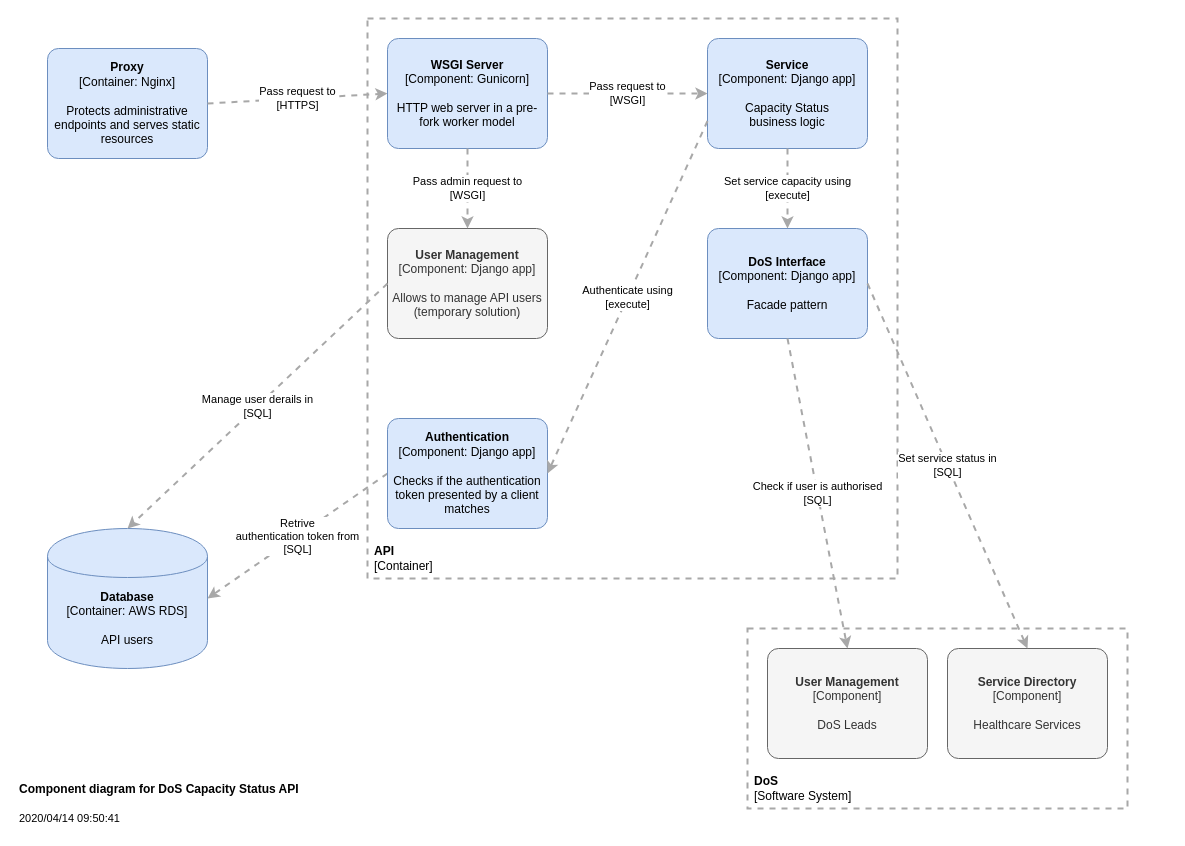
The draw.io diagram page "Component Diagram" (3 of 3) of documentation/Architecture.drawio in nhsd-exeter/dos-capacity-status-api, before the edit. Source tidied: cells renumbered, new cells numbered last; positions are measured from the earlier drawing's top-left corner, leaving out a move shared by most shapes. Both pictures are drawn from the tidied source at 100%, with x=0, y=0 at pixel (17, 18).
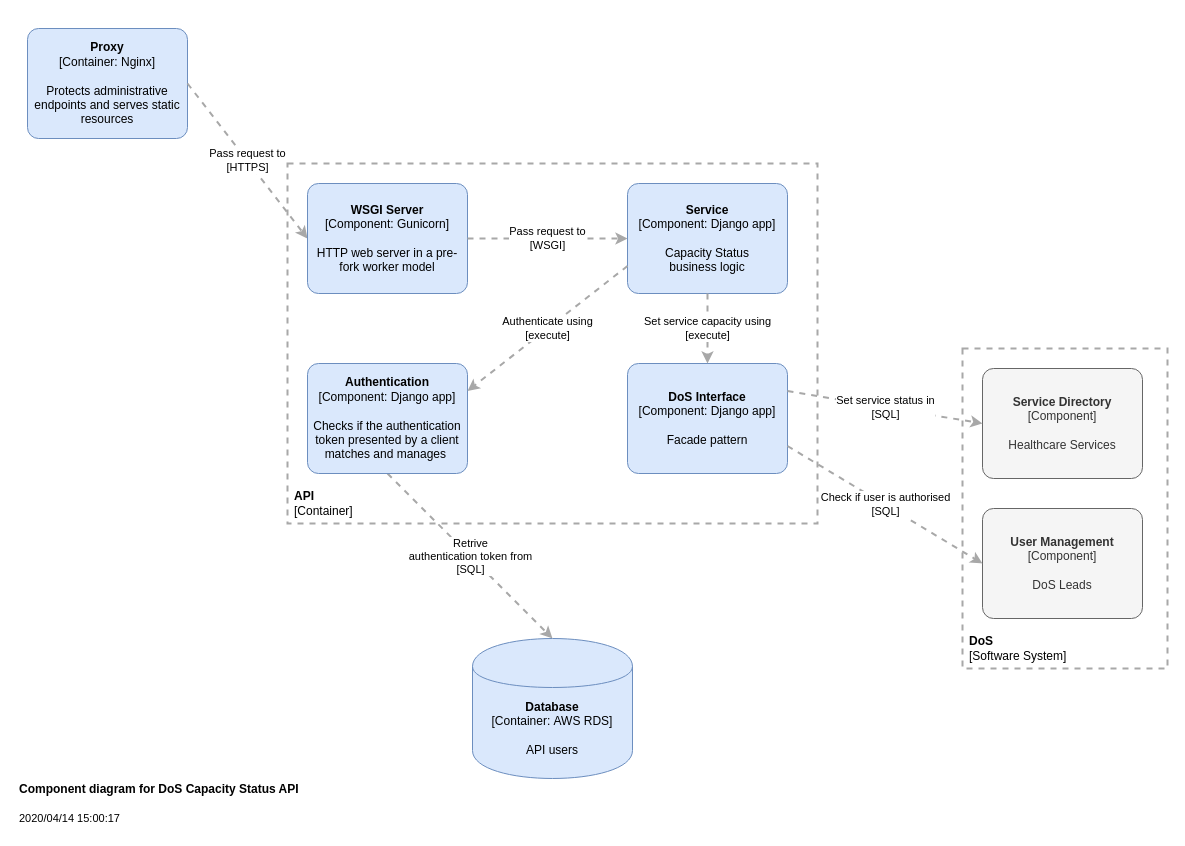
Above is the later version.

The edit, as a diff of the source:
```diff
@@
     <mxCell id="2" style="rounded=0;whiteSpace=wrap;html=1;align=left;fillColor=none;dashed=1;strokeColor=#A8A8A8;strokeWidth=2;" parent="1" vertex="1">
-      <mxGeometry x="730" y="610" width="380" height="180" as="geometry" />
+      <mxGeometry x="945" y="330" width="205" height="320" as="geometry" />
     </mxCell>
-    <mxCell id="3" value="&lt;b&gt;Component diagram for DoS Capacity Status API&lt;/b&gt;&lt;br style=&quot;font-size: 11px&quot;&gt;&lt;font style=&quot;font-size: 11px&quot;&gt;&lt;br&gt;&lt;font style=&quot;font-size: 11px&quot;&gt;2020/04/14 09:50:41&lt;/font&gt;&lt;/font&gt;" style="text;html=1;strokeColor=none;fillColor=none;align=left;verticalAlign=middle;whiteSpace=wrap;rounded=0;" parent="1" vertex="1">
+    <mxCell id="3" value="&lt;b&gt;Component diagram for DoS Capacity Status API&lt;/b&gt;&lt;br style=&quot;font-size: 11px&quot;&gt;&lt;font style=&quot;font-size: 11px&quot;&gt;&lt;br&gt;&lt;font style=&quot;font-size: 11px&quot;&gt;2020/04/14 15:00:17&lt;/font&gt;&lt;/font&gt;" style="text;html=1;strokeColor=none;fillColor=none;align=left;verticalAlign=middle;whiteSpace=wrap;rounded=0;" parent="1" vertex="1">
       <mxGeometry y="760" width="430" height="50" as="geometry" />
     </mxCell>
     <mxCell id="4" style="rounded=0;whiteSpace=wrap;html=1;align=left;fillColor=none;dashed=1;strokeColor=#A8A8A8;strokeWidth=2;" parent="1" vertex="1">
-      <mxGeometry x="350" width="530" height="560" as="geometry" />
+      <mxGeometry x="270" y="145" width="530" height="360" as="geometry" />
     </mxCell>
     <mxCell id="5" value="&lt;b&gt;Service&lt;/b&gt;&lt;br&gt;&lt;div&gt;[Component:&amp;nbsp;&lt;span&gt;Django app&lt;/span&gt;&lt;span&gt;]&lt;/span&gt;&lt;/div&gt;&lt;br&gt;&lt;div&gt;Capacity Status&lt;/div&gt;&lt;div&gt;business logic&lt;/div&gt;" style="rounded=1;whiteSpace=wrap;html=1;labelBackgroundColor=none;fillColor=#dae8fc;fontColor=#000000;align=center;arcSize=10;strokeColor=#6c8ebf;points=[[0.25,0,0],[0.5,0,0],[0.75,0,0],[1,0.25,0],[1,0.5,0],[1,0.75,0],[0.75,1,0],[0.5,1,0],[0.25,1,0],[0,0.75,0],[0,0.5,0],[0,0.25,0]];" parent="1" vertex="1">
-      <mxGeometry x="690" y="20" width="160" height="110" as="geometry" />
+      <mxGeometry x="610" y="165" width="160" height="110" as="geometry" />
     </mxCell>
     <mxCell id="6" value="&lt;span&gt;&lt;b&gt;Proxy&lt;/b&gt;&lt;/span&gt;&lt;br&gt;&lt;div&gt;[Container:&amp;nbsp;&lt;span&gt;Nginx&lt;/span&gt;&lt;span&gt;]&lt;/span&gt;&lt;/div&gt;&lt;br&gt;&lt;div&gt;Protects administrative endpoints&amp;nbsp;&lt;span&gt;and serves static resources&lt;/span&gt;&lt;br&gt;&lt;/div&gt;" style="rounded=1;whiteSpace=wrap;html=1;labelBackgroundColor=none;fillColor=#dae8fc;fontColor=#000000;align=center;arcSize=10;strokeColor=#6c8ebf;points=[[0.25,0,0],[0.5,0,0],[0.75,0,0],[1,0.25,0],[1,0.5,0],[1,0.75,0],[0.75,1,0],[0.5,1,0],[0.25,1,0],[0,0.75,0],[0,0.5,0],[0,0.25,0]];" parent="1" vertex="1">
-      <mxGeometry x="30" y="30" width="160" height="110" as="geometry" />
+      <mxGeometry x="10" y="10" width="160" height="110" as="geometry" />
     </mxCell>
     <mxCell id="7" value="&lt;b style=&quot;font-size: 12px&quot;&gt;API&lt;/b&gt;&lt;br style=&quot;font-size: 12px&quot;&gt;[Container]" style="text;html=1;strokeColor=none;fillColor=none;align=left;verticalAlign=middle;whiteSpace=wrap;rounded=0;dashed=1;fontSize=12;spacingLeft=5;" parent="1" vertex="1">
-      <mxGeometry x="350" y="520" width="160" height="40" as="geometry" />
+      <mxGeometry x="270" y="465" width="160" height="40" as="geometry" />
     </mxCell>
     <mxCell id="8" value="&lt;span&gt;&lt;b&gt;Database&lt;/b&gt;&lt;/span&gt;&lt;div&gt;[Container:&amp;nbsp;AWS RDS]&lt;/div&gt;&lt;br&gt;&lt;div&gt;API users&lt;/div&gt;" style="shape=cylinder;whiteSpace=wrap;html=1;boundedLbl=1;rounded=0;labelBackgroundColor=none;fillColor=#dae8fc;fontSize=12;fontColor=#000000;align=center;strokeColor=#6c8ebf;points=[[0.5,0,0],[1,0.25,0],[1,0.5,0],[1,0.75,0],[0.5,1,0],[0,0.75,0],[0,0.5,0],[0,0.25,0]];" parent="1" vertex="1">
-      <mxGeometry x="30" y="510" width="160" height="140" as="geometry" />
+      <mxGeometry x="455" y="620" width="160" height="140" as="geometry" />
     </mxCell>
@@
-    <mxCell id="10" value="&lt;div style=&quot;text-align: left&quot;&gt;&lt;div style=&quot;text-align: center&quot;&gt;&lt;span&gt;Retrive&lt;/span&gt;&lt;/div&gt;&lt;div style=&quot;text-align: center&quot;&gt;&lt;span&gt;authentication token&amp;nbsp;&lt;/span&gt;from&lt;/div&gt;&lt;div style=&quot;text-align: center&quot;&gt;[SQL]&lt;/div&gt;&lt;/div&gt;" style="edgeStyle=none;rounded=0;html=1;entryX=1;entryY=0.5;jettySize=auto;strokeColor=#A8A8A8;strokeWidth=2;fontColor=#000000;jumpStyle=none;dashed=1;entryDx=0;entryDy=0;entryPerimeter=0;fontStyle=0;exitX=0;exitY=0.5;exitDx=0;exitDy=0;exitPerimeter=0;" parent="1" edge="1" source="11" target="8">
+    <mxCell id="10" value="&lt;div style=&quot;text-align: left&quot;&gt;&lt;div style=&quot;text-align: center&quot;&gt;&lt;span&gt;Retrive&lt;/span&gt;&lt;/div&gt;&lt;div style=&quot;text-align: center&quot;&gt;&lt;span&gt;authentication token&amp;nbsp;&lt;/span&gt;from&lt;/div&gt;&lt;div style=&quot;text-align: center&quot;&gt;[SQL]&lt;/div&gt;&lt;/div&gt;" style="edgeStyle=none;rounded=0;html=1;entryX=0.5;entryY=0;jettySize=auto;strokeColor=#A8A8A8;strokeWidth=2;fontColor=#000000;jumpStyle=none;dashed=1;entryDx=0;entryDy=0;entryPerimeter=0;fontStyle=0;exitX=0.5;exitY=1;exitDx=0;exitDy=0;exitPerimeter=0;" parent="1" edge="1" source="11" target="8">
       <mxGeometry relative="1" as="geometry" />
     </mxCell>
-    <mxCell id="11" value="&lt;b&gt;Authentication&lt;/b&gt;&lt;br&gt;&lt;div&gt;[Component:&amp;nbsp;&lt;span&gt;Django app&lt;/span&gt;&lt;span&gt;]&lt;/span&gt;&lt;/div&gt;&lt;br&gt;&lt;div&gt;Checks if the authentication token presented by a client matches&lt;/div&gt;" style="rounded=1;whiteSpace=wrap;html=1;labelBackgroundColor=none;fillColor=#dae8fc;fontColor=#000000;align=center;arcSize=10;strokeColor=#6c8ebf;points=[[0.25,0,0],[0.5,0,0],[0.75,0,0],[1,0.25,0],[1,0.5,0],[1,0.75,0],[0.75,1,0],[0.5,1,0],[0.25,1,0],[0,0.75,0],[0,0.5,0],[0,0.25,0]];" parent="1" vertex="1">
-      <mxGeometry x="370" y="400" width="160" height="110" as="geometry" />
+    <mxCell id="11" value="&lt;b&gt;Authentication&lt;/b&gt;&lt;br&gt;&lt;div&gt;[Component:&amp;nbsp;&lt;span&gt;Django app&lt;/span&gt;&lt;span&gt;]&lt;/span&gt;&lt;/div&gt;&lt;br&gt;&lt;div&gt;Checks if the authentication token presented by a client matches and manages&amp;nbsp;&lt;/div&gt;" style="rounded=1;whiteSpace=wrap;html=1;labelBackgroundColor=none;fillColor=#dae8fc;fontColor=#000000;align=center;arcSize=10;strokeColor=#6c8ebf;points=[[0.25,0,0],[0.5,0,0],[0.75,0,0],[1,0.25,0],[1,0.5,0],[1,0.75,0],[0.75,1,0],[0.5,1,0],[0.25,1,0],[0,0.75,0],[0,0.5,0],[0,0.25,0]];" parent="1" vertex="1">
+      <mxGeometry x="290" y="345" width="160" height="110" as="geometry" />
     </mxCell>
     <mxCell id="12" value="&lt;b&gt;DoS Interface&lt;/b&gt;&lt;br&gt;&lt;div&gt;[Component:&amp;nbsp;&lt;span&gt;Django app&lt;/span&gt;&lt;span&gt;]&lt;/span&gt;&lt;/div&gt;&lt;br&gt;&lt;div&gt;Facade pattern&lt;/div&gt;" style="rounded=1;whiteSpace=wrap;html=1;labelBackgroundColor=none;fillColor=#dae8fc;fontColor=#000000;align=center;arcSize=10;strokeColor=#6c8ebf;points=[[0.25,0,0],[0.5,0,0],[0.75,0,0],[1,0.25,0],[1,0.5,0],[1,0.75,0],[0.75,1,0],[0.5,1,0],[0.25,1,0],[0,0.75,0],[0,0.5,0],[0,0.25,0]];" parent="1" vertex="1">
-      <mxGeometry x="690" y="210" width="160" height="110" as="geometry" />
+      <mxGeometry x="610" y="345" width="160" height="110" as="geometry" />
     </mxCell>
     <mxCell id="13" value="&lt;b&gt;WSGI Server&lt;/b&gt;&lt;br&gt;&lt;div&gt;[Component:&amp;nbsp;&lt;span&gt;Gunicorn&lt;/span&gt;&lt;span&gt;]&lt;/span&gt;&lt;/div&gt;&lt;br&gt;&lt;div&gt;HTTP web server in a pre-fork worker model&lt;/div&gt;" style="rounded=1;whiteSpace=wrap;html=1;labelBackgroundColor=none;fillColor=#dae8fc;fontColor=#000000;align=center;arcSize=10;strokeColor=#6c8ebf;points=[[0.25,0,0],[0.5,0,0],[0.75,0,0],[1,0.25,0],[1,0.5,0],[1,0.75,0],[0.75,1,0],[0.5,1,0],[0.25,1,0],[0,0.75,0],[0,0.5,0],[0,0.25,0]];" parent="1" vertex="1">
-      <mxGeometry x="370" y="20" width="160" height="110" as="geometry" />
+      <mxGeometry x="290" y="165" width="160" height="110" as="geometry" />
     </mxCell>
     <mxCell id="14" value="&lt;b&gt;User Management&lt;/b&gt;&lt;br&gt;&lt;div&gt;[Component]&lt;/div&gt;&lt;div&gt;&lt;br&gt;&lt;/div&gt;&lt;div&gt;DoS Leads&lt;/div&gt;" style="rounded=1;whiteSpace=wrap;html=1;labelBackgroundColor=none;fillColor=#f5f5f5;fontColor=#333333;align=center;arcSize=10;strokeColor=#666666;points=[[0.25,0,0],[0.5,0,0],[0.75,0,0],[1,0.25,0],[1,0.5,0],[1,0.75,0],[0.75,1,0],[0.5,1,0],[0.25,1,0],[0,0.75,0],[0,0.5,0],[0,0.25,0]];" parent="1" vertex="1">
-      <mxGeometry x="750" y="630" width="160" height="110" as="geometry" />
+      <mxGeometry x="965" y="490" width="160" height="110" as="geometry" />
     </mxCell>
-    <mxCell id="15" value="&lt;div style=&quot;text-align: left&quot;&gt;&lt;div style=&quot;text-align: center&quot;&gt;&lt;span&gt;Check if&amp;nbsp;&lt;/span&gt;user is&amp;nbsp;authorised&lt;/div&gt;&lt;div style=&quot;text-align: center&quot;&gt;[SQL]&lt;/div&gt;&lt;/div&gt;" style="edgeStyle=none;rounded=0;html=1;entryX=0.5;entryY=0;jettySize=auto;strokeColor=#A8A8A8;strokeWidth=2;fontColor=#000000;jumpStyle=none;dashed=1;entryDx=0;entryDy=0;entryPerimeter=0;fontStyle=0;exitX=0.5;exitY=1;exitDx=0;exitDy=0;exitPerimeter=0;" parent="1" edge="1" source="12" target="14">
+    <mxCell id="15" value="&lt;div style=&quot;text-align: left&quot;&gt;&lt;div style=&quot;text-align: center&quot;&gt;&lt;span&gt;Check if&amp;nbsp;&lt;/span&gt;user is&amp;nbsp;authorised&lt;/div&gt;&lt;div style=&quot;text-align: center&quot;&gt;[SQL]&lt;/div&gt;&lt;/div&gt;" style="edgeStyle=none;rounded=0;html=1;entryX=0;entryY=0.5;jettySize=auto;strokeColor=#A8A8A8;strokeWidth=2;fontColor=#000000;jumpStyle=none;dashed=1;entryDx=0;entryDy=0;entryPerimeter=0;fontStyle=0;exitX=1;exitY=0.75;exitDx=0;exitDy=0;exitPerimeter=0;" parent="1" edge="1" source="12" target="14">
       <mxGeometry relative="1" as="geometry" />
     </mxCell>
     <mxCell id="16" value="&lt;b&gt;Service Directory&lt;/b&gt;&lt;br&gt;&lt;div&gt;[Component]&lt;/div&gt;&lt;div&gt;&lt;br&gt;&lt;/div&gt;&lt;div&gt;Healthcare Services&lt;/div&gt;" style="rounded=1;whiteSpace=wrap;html=1;labelBackgroundColor=none;fillColor=#f5f5f5;fontColor=#333333;align=center;arcSize=10;strokeColor=#666666;points=[[0.25,0,0],[0.5,0,0],[0.75,0,0],[1,0.25,0],[1,0.5,0],[1,0.75,0],[0.75,1,0],[0.5,1,0],[0.25,1,0],[0,0.75,0],[0,0.5,0],[0,0.25,0]];" parent="1" vertex="1">
-      <mxGeometry x="930" y="630" width="160" height="110" as="geometry" />
+      <mxGeometry x="965" y="350" width="160" height="110" as="geometry" />
     </mxCell>
@@
-    <mxCell id="18" value="&lt;div style=&quot;text-align: left&quot;&gt;&lt;div style=&quot;text-align: center&quot;&gt;Authenticate using&lt;/div&gt;&lt;div style=&quot;text-align: center&quot;&gt;[execute]&lt;br&gt;&lt;/div&gt;&lt;/div&gt;" style="edgeStyle=none;rounded=0;html=1;jettySize=auto;strokeColor=#A8A8A8;strokeWidth=2;fontColor=#000000;jumpStyle=none;dashed=1;fontStyle=0;exitX=0;exitY=0.75;exitDx=0;exitDy=0;exitPerimeter=0;entryX=1;entryY=0.5;entryDx=0;entryDy=0;entryPerimeter=0;" parent="1" edge="1" source="5" target="11">
+    <mxCell id="18" value="&lt;div style=&quot;text-align: left&quot;&gt;&lt;div style=&quot;text-align: center&quot;&gt;Authenticate using&lt;/div&gt;&lt;div style=&quot;text-align: center&quot;&gt;[execute]&lt;br&gt;&lt;/div&gt;&lt;/div&gt;" style="edgeStyle=none;rounded=0;html=1;jettySize=auto;strokeColor=#A8A8A8;strokeWidth=2;fontColor=#000000;jumpStyle=none;dashed=1;fontStyle=0;exitX=0;exitY=0.75;exitDx=0;exitDy=0;exitPerimeter=0;entryX=1;entryY=0.25;entryDx=0;entryDy=0;entryPerimeter=0;" parent="1" edge="1" source="5" target="11">
       <mxGeometry relative="1" as="geometry" />
     </mxCell>
@@
-    <mxCell id="20" value="&lt;div style=&quot;text-align: left&quot;&gt;&lt;div style=&quot;text-align: center&quot;&gt;&lt;div&gt;Set service status in&lt;/div&gt;&lt;div&gt;[SQL]&lt;/div&gt;&lt;/div&gt;&lt;/div&gt;" style="edgeStyle=none;rounded=0;html=1;entryX=0.5;entryY=0;jettySize=auto;strokeColor=#A8A8A8;strokeWidth=2;fontColor=#000000;jumpStyle=none;dashed=1;entryDx=0;entryDy=0;entryPerimeter=0;fontStyle=0;exitX=1;exitY=0.5;exitDx=0;exitDy=0;exitPerimeter=0;" parent="1" edge="1" source="12" target="16">
+    <mxCell id="20" value="&lt;div style=&quot;text-align: left&quot;&gt;&lt;div style=&quot;text-align: center&quot;&gt;&lt;div&gt;Set service status in&lt;/div&gt;&lt;div&gt;[SQL]&lt;/div&gt;&lt;/div&gt;&lt;/div&gt;" style="edgeStyle=none;rounded=0;html=1;entryX=0;entryY=0.5;jettySize=auto;strokeColor=#A8A8A8;strokeWidth=2;fontColor=#000000;jumpStyle=none;dashed=1;entryDx=0;entryDy=0;entryPerimeter=0;fontStyle=0;exitX=1;exitY=0.25;exitDx=0;exitDy=0;exitPerimeter=0;" parent="1" edge="1" source="12" target="16">
       <mxGeometry relative="1" as="geometry" />
     </mxCell>
     <mxCell id="21" value="&lt;b style=&quot;font-size: 12px&quot;&gt;DoS&lt;/b&gt;&lt;br style=&quot;font-size: 12px&quot;&gt;[Software System]" style="text;html=1;strokeColor=none;fillColor=none;align=left;verticalAlign=middle;whiteSpace=wrap;rounded=0;dashed=1;fontSize=12;spacingLeft=5;" parent="1" vertex="1">
-      <mxGeometry x="730" y="750" width="160" height="40" as="geometry" />
+      <mxGeometry x="945" y="610" width="160" height="40" as="geometry" />
     </mxCell>
-    <mxCell id="22" value="&lt;b&gt;User Management&lt;/b&gt;&lt;br&gt;&lt;div&gt;[Component:&amp;nbsp;&lt;span&gt;Django app&lt;/span&gt;&lt;span&gt;]&lt;/span&gt;&lt;/div&gt;&lt;br&gt;&lt;div&gt;Allows to manage API users&lt;/div&gt;&lt;div&gt;(temporary solution)&lt;/div&gt;" style="rounded=1;whiteSpace=wrap;html=1;labelBackgroundColor=none;fillColor=#f5f5f5;fontColor=#333333;align=center;arcSize=10;strokeColor=#666666;points=[[0.25,0,0],[0.5,0,0],[0.75,0,0],[1,0.25,0],[1,0.5,0],[1,0.75,0],[0.75,1,0],[0.5,1,0],[0.25,1,0],[0,0.75,0],[0,0.5,0],[0,0.25,0]];" parent="1" vertex="1">
-      <mxGeometry x="370" y="210" width="160" height="110" as="geometry" />
-    </mxCell>
-    <mxCell id="23" value="&lt;div style=&quot;text-align: left&quot;&gt;&lt;div style=&quot;text-align: center&quot;&gt;Pass admin request to&lt;/div&gt;&lt;div style=&quot;text-align: center&quot;&gt;[WSGI]&lt;/div&gt;&lt;/div&gt;" style="edgeStyle=none;rounded=0;html=1;jettySize=auto;strokeColor=#A8A8A8;strokeWidth=2;fontColor=#000000;jumpStyle=none;dashed=1;fontStyle=0;exitX=0.5;exitY=1;exitDx=0;exitDy=0;exitPerimeter=0;" parent="1" edge="1" source="13" target="22">
-      <mxGeometry relative="1" as="geometry" />
-    </mxCell>
@@
-    <mxCell id="25" value="&lt;div style=&quot;text-align: left&quot;&gt;&lt;div style=&quot;text-align: center&quot;&gt;Manage user derails in&lt;/div&gt;&lt;div style=&quot;text-align: center&quot;&gt;[SQL]&lt;/div&gt;&lt;/div&gt;" style="edgeStyle=none;rounded=0;html=1;entryX=0.5;entryY=0;jettySize=auto;strokeColor=#A8A8A8;strokeWidth=2;fontColor=#000000;jumpStyle=none;dashed=1;entryDx=0;entryDy=0;entryPerimeter=0;fontStyle=0;exitX=0;exitY=0.5;exitDx=0;exitDy=0;exitPerimeter=0;" parent="1" edge="1" source="22" target="8">
-      <mxGeometry relative="1" as="geometry" />
-    </mxCell>
```
